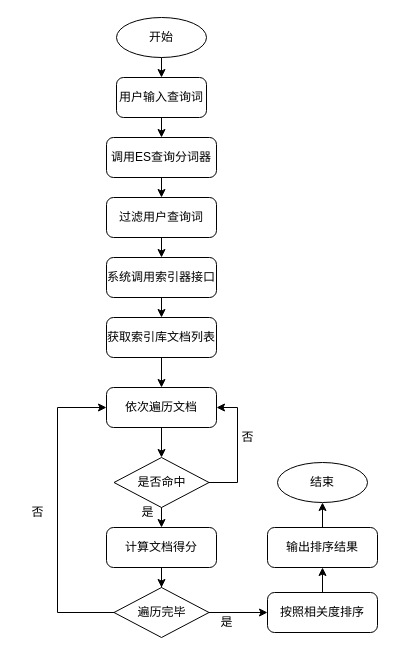
Earlier version of the draw.io diagram setup/检索流程图.drawio (yifeichong/drawio). Source tidied: cells renumbered, new cells numbered last; positions are measured from the earlier drawing's top-left corner, leaving out a move shared by most shapes. Both pictures are drawn from the tidied source at 100%, with x=0, y=0 at pixel (17, 17).
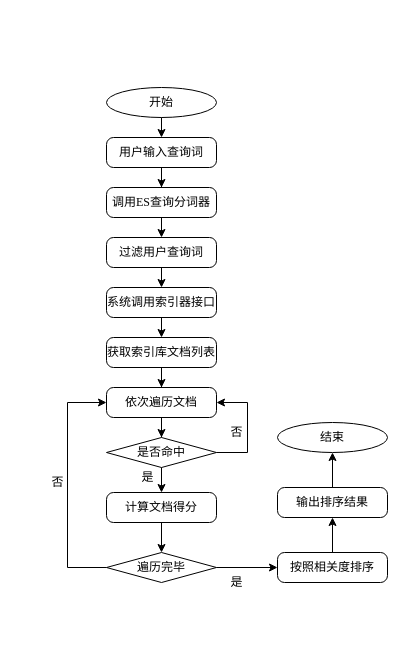
After the change.

Commit message:
更新检索流程图.drawio

Diff of the diagram source:
```diff
@@
-    <mxCell id="2" value="开始" style="strokeWidth=1;html=1;shape=mxgraph.flowchart.start_1;whiteSpace=wrap;" parent="1" vertex="1">
-      <mxGeometry x="99" width="90" height="40" as="geometry" />
+    <mxCell id="2" value="开始" style="strokeWidth=1;html=1;shape=mxgraph.flowchart.start_1;whiteSpace=wrap;fontFamily=Garamond;fontStyle=0;" parent="1" vertex="1">
+      <mxGeometry x="89" y="70" width="110" height="30" as="geometry" />
     </mxCell>
+    <mxCell id="21" style="edgeStyle=orthogonalEdgeStyle;rounded=0;jettySize=auto;html=1;startArrow=none;startFill=0;endArrow=classic;endFill=1;entryX=0.5;entryY=0;entryDx=0;entryDy=0;fontFamily=Garamond;fontStyle=0;" parent="1" edge="1" source="3" target="4">
+      <mxGeometry relative="1" as="geometry" />
+    </mxCell>
-    <mxCell id="3" value="用户输入查询词" style="rounded=1;whiteSpace=wrap;html=1;absoluteArcSize=1;arcSize=14;strokeWidth=1;" parent="1" vertex="1">
-      <mxGeometry x="99" y="60" width="90" height="40" as="geometry" />
+    <mxCell id="3" value="用户输入查询词" style="rounded=1;whiteSpace=wrap;html=1;absoluteArcSize=1;arcSize=14;strokeWidth=1;fontFamily=Garamond;fontStyle=0;" parent="1" vertex="1">
+      <mxGeometry x="89" y="120" width="110" height="30" as="geometry" />
     </mxCell>
-    <mxCell id="4" value="调用ES查询分词器" style="rounded=1;whiteSpace=wrap;html=1;absoluteArcSize=1;arcSize=14;strokeWidth=1;" parent="1" vertex="1">
-      <mxGeometry x="89" y="120" width="110" height="40" as="geometry" />
+    <mxCell id="4" value="调用ES查询分词器" style="rounded=1;whiteSpace=wrap;html=1;absoluteArcSize=1;arcSize=14;strokeWidth=1;fontFamily=Garamond;fontStyle=0;" parent="1" vertex="1">
+      <mxGeometry x="89" y="170" width="110" height="30" as="geometry" />
     </mxCell>
-    <mxCell id="5" value="过滤用户查询词" style="rounded=1;whiteSpace=wrap;html=1;absoluteArcSize=1;arcSize=14;strokeWidth=1;" parent="1" vertex="1">
-      <mxGeometry x="89" y="180" width="110" height="40" as="geometry" />
+    <mxCell id="5" value="过滤用户查询词" style="rounded=1;whiteSpace=wrap;html=1;absoluteArcSize=1;arcSize=14;strokeWidth=1;fontFamily=Garamond;fontStyle=0;" parent="1" vertex="1">
+      <mxGeometry x="89" y="220" width="110" height="30" as="geometry" />
     </mxCell>
-    <mxCell id="6" value="系统调用索引器接口" style="rounded=1;whiteSpace=wrap;html=1;absoluteArcSize=1;arcSize=14;strokeWidth=1;" parent="1" vertex="1">
-      <mxGeometry x="89" y="240" width="110" height="40" as="geometry" />
+    <mxCell id="6" value="系统调用索引器接口" style="rounded=1;whiteSpace=wrap;html=1;absoluteArcSize=1;arcSize=14;strokeWidth=1;fontFamily=Garamond;fontStyle=0;" parent="1" vertex="1">
+      <mxGeometry x="89" y="270" width="110" height="30" as="geometry" />
     </mxCell>
-    <mxCell id="7" style="edgeStyle=orthogonalEdgeStyle;rounded=0;jettySize=auto;html=1;" parent="1" edge="1" source="8" target="10">
+    <mxCell id="7" style="edgeStyle=orthogonalEdgeStyle;rounded=0;jettySize=auto;html=1;fontFamily=Garamond;fontStyle=0;" parent="1" edge="1" source="8" target="10">
       <mxGeometry relative="1" as="geometry" />
     </mxCell>
-    <mxCell id="8" value="获取索引库文档列表" style="rounded=1;whiteSpace=wrap;html=1;absoluteArcSize=1;arcSize=14;strokeWidth=1;" parent="1" vertex="1">
-      <mxGeometry x="89" y="300" width="110" height="40" as="geometry" />
+    <mxCell id="8" value="获取索引库文档列表" style="rounded=1;whiteSpace=wrap;html=1;absoluteArcSize=1;arcSize=14;strokeWidth=1;fontFamily=Garamond;fontStyle=0;" parent="1" vertex="1">
+      <mxGeometry x="89" y="320" width="110" height="30" as="geometry" />
     </mxCell>
-    <mxCell id="9" style="edgeStyle=orthogonalEdgeStyle;rounded=0;jettySize=auto;html=1;" parent="1" edge="1" source="10" target="11">
+    <mxCell id="9" style="edgeStyle=orthogonalEdgeStyle;rounded=0;jettySize=auto;html=1;fontFamily=Garamond;fontStyle=0;" parent="1" edge="1" source="10" target="11">
       <mxGeometry relative="1" as="geometry" />
     </mxCell>
-    <mxCell id="10" value="依次遍历文档" style="rounded=1;whiteSpace=wrap;html=1;absoluteArcSize=1;arcSize=14;strokeWidth=1;" parent="1" vertex="1">
-      <mxGeometry x="89" y="370" width="110" height="40" as="geometry" />
+    <mxCell id="10" value="依次遍历文档" style="rounded=1;whiteSpace=wrap;html=1;absoluteArcSize=1;arcSize=14;strokeWidth=1;fontFamily=Garamond;fontStyle=0;" parent="1" vertex="1">
+      <mxGeometry x="89" y="370" width="110" height="30" as="geometry" />
     </mxCell>
-    <mxCell id="11" value="是否命中" style="strokeWidth=1;html=1;shape=mxgraph.flowchart.decision;whiteSpace=wrap;" parent="1" vertex="1">
-      <mxGeometry x="96.5" y="440" width="95" height="50" as="geometry" />
+    <mxCell id="11" value="是否命中" style="strokeWidth=1;html=1;shape=mxgraph.flowchart.decision;whiteSpace=wrap;fontFamily=Garamond;fontStyle=0;" parent="1" vertex="1">
+      <mxGeometry x="89" y="420" width="110" height="30" as="geometry" />
     </mxCell>
-    <mxCell id="12" style="edgeStyle=orthogonalEdgeStyle;rounded=0;jettySize=auto;html=1;" parent="1" edge="1" source="13" target="15">
+    <mxCell id="12" style="edgeStyle=orthogonalEdgeStyle;rounded=0;jettySize=auto;html=1;fontFamily=Garamond;fontStyle=0;" parent="1" edge="1" source="13" target="15">
       <mxGeometry relative="1" as="geometry" />
     </mxCell>
-    <mxCell id="13" value="计算文档得分" style="rounded=1;whiteSpace=wrap;html=1;absoluteArcSize=1;arcSize=14;strokeWidth=1;" parent="1" vertex="1">
-      <mxGeometry x="89" y="510" width="110" height="40" as="geometry" />
+    <mxCell id="13" value="计算文档得分" style="rounded=1;whiteSpace=wrap;html=1;absoluteArcSize=1;arcSize=14;strokeWidth=1;fontFamily=Garamond;fontStyle=0;" parent="1" vertex="1">
+      <mxGeometry x="89" y="475" width="110" height="30" as="geometry" />
     </mxCell>
-    <mxCell id="14" style="edgeStyle=orthogonalEdgeStyle;rounded=0;jettySize=auto;html=1;" parent="1" edge="1" source="15" target="17">
-      <mxGeometry relative="1" as="geometry" />
-    </mxCell>
-    <mxCell id="15" value="遍历完毕" style="strokeWidth=1;html=1;shape=mxgraph.flowchart.decision;whiteSpace=wrap;" parent="1" vertex="1">
-      <mxGeometry x="96.5" y="570" width="95" height="50" as="geometry" />
+    <mxCell id="15" value="遍历完毕" style="strokeWidth=1;html=1;shape=mxgraph.flowchart.decision;whiteSpace=wrap;fontFamily=Garamond;fontStyle=0;" parent="1" vertex="1">
+      <mxGeometry x="89" y="535" width="110" height="30" as="geometry" />
     </mxCell>
-    <mxCell id="16" style="endArrow=classic;html=1;rounded=0;exitX=0.5;exitY=1;exitDx=0;exitDy=0;exitPerimeter=0;entryX=0.5;entryY=0;entryDx=0;entryDy=0;" parent="1" edge="1" source="11" target="13">
+    <mxCell id="16" style="endArrow=classic;html=1;rounded=0;exitX=0.5;exitY=1;exitDx=0;exitDy=0;exitPerimeter=0;entryX=0.5;entryY=0;entryDx=0;entryDy=0;fontFamily=Garamond;fontStyle=0;" parent="1" edge="1" source="11" target="13">
       <mxGeometry relative="1" as="geometry" />
     </mxCell>
-    <mxCell id="17" value="按照相关度排序" style="rounded=1;whiteSpace=wrap;html=1;absoluteArcSize=1;arcSize=14;strokeWidth=1;" parent="1" vertex="1">
-      <mxGeometry x="250" y="575" width="110" height="40" as="geometry" />
+    <mxCell id="17" value="按照相关度排序" style="rounded=1;whiteSpace=wrap;html=1;absoluteArcSize=1;arcSize=14;strokeWidth=1;fontFamily=Garamond;fontStyle=0;" parent="1" vertex="1">
+      <mxGeometry x="260" y="535" width="110" height="30" as="geometry" />
     </mxCell>
-    <mxCell id="18" value="输出排序结果" style="rounded=1;whiteSpace=wrap;html=1;absoluteArcSize=1;arcSize=14;strokeWidth=1;" parent="1" vertex="1">
-      <mxGeometry x="250" y="510" width="110" height="40" as="geometry" />
+    <mxCell id="18" value="输出排序结果" style="rounded=1;whiteSpace=wrap;html=1;absoluteArcSize=1;arcSize=14;strokeWidth=1;fontFamily=Garamond;fontStyle=0;" parent="1" vertex="1">
+      <mxGeometry x="260" y="470" width="110" height="30" as="geometry" />
     </mxCell>
-    <mxCell id="19" value="结束" style="strokeWidth=1;html=1;shape=mxgraph.flowchart.start_1;whiteSpace=wrap;" parent="1" vertex="1">
-      <mxGeometry x="260" y="445" width="90" height="40" as="geometry" />
+    <mxCell id="19" value="结束" style="strokeWidth=1;html=1;shape=mxgraph.flowchart.start_1;whiteSpace=wrap;fontFamily=Garamond;fontStyle=0;" parent="1" vertex="1">
+      <mxGeometry x="260" y="405" width="110" height="30" as="geometry" />
     </mxCell>
-    <mxCell id="20" style="endArrow=classic;html=1;rounded=0;exitX=0.5;exitY=1;exitDx=0;exitDy=0;exitPerimeter=0;entryX=0.5;entryY=0;entryDx=0;entryDy=0;" parent="1" edge="1" source="2" target="3">
+    <mxCell id="20" style="endArrow=classic;html=1;rounded=0;exitX=0.5;exitY=1;exitDx=0;exitDy=0;exitPerimeter=0;entryX=0.5;entryY=0;entryDx=0;entryDy=0;fontFamily=Garamond;fontStyle=0;" parent="1" edge="1" source="2" target="3">
       <mxGeometry relative="1" as="geometry" />
     </mxCell>
-    <mxCell id="21" style="endArrow=classic;html=1;rounded=0;exitX=0.5;exitY=1;exitDx=0;exitDy=0;entryX=0.5;entryY=0;entryDx=0;entryDy=0;" parent="1" edge="1" source="3" target="4">
-      <mxGeometry relative="1" as="geometry" />
-    </mxCell>
-    <mxCell id="22" style="endArrow=classic;html=1;rounded=0;exitX=0.5;exitY=1;exitDx=0;exitDy=0;entryX=0.5;entryY=0;entryDx=0;entryDy=0;" parent="1" edge="1" source="4" target="5">
+    <mxCell id="22" style="endArrow=classic;html=1;rounded=0;exitX=0.5;exitY=1;exitDx=0;exitDy=0;entryX=0.5;entryY=0;entryDx=0;entryDy=0;fontFamily=Garamond;fontStyle=0;" parent="1" edge="1" source="4" target="5">
       <mxGeometry relative="1" as="geometry" />
     </mxCell>
-    <mxCell id="23" style="endArrow=classic;html=1;rounded=0;exitX=0.5;exitY=1;exitDx=0;exitDy=0;entryX=0.5;entryY=0;entryDx=0;entryDy=0;" parent="1" edge="1" source="5" target="6">
+    <mxCell id="23" style="endArrow=classic;html=1;rounded=0;exitX=0.5;exitY=1;exitDx=0;exitDy=0;entryX=0.5;entryY=0;entryDx=0;entryDy=0;fontFamily=Garamond;fontStyle=0;" parent="1" edge="1" source="5" target="6">
       <mxGeometry relative="1" as="geometry" />
     </mxCell>
-    <mxCell id="24" style="endArrow=classic;html=1;rounded=0;exitX=0.5;exitY=1;exitDx=0;exitDy=0;entryX=0.5;entryY=0;entryDx=0;entryDy=0;" parent="1" edge="1" source="6" target="8">
+    <mxCell id="24" style="endArrow=classic;html=1;rounded=0;exitX=0.5;exitY=1;exitDx=0;exitDy=0;entryX=0.5;entryY=0;entryDx=0;entryDy=0;fontFamily=Garamond;fontStyle=0;" parent="1" edge="1" source="6" target="8">
       <mxGeometry relative="1" as="geometry" />
     </mxCell>
-    <mxCell id="25" style="endArrow=classic;html=1;rounded=0;exitX=1;exitY=0.5;exitDx=0;exitDy=0;exitPerimeter=0;entryX=1;entryY=0.5;entryDx=0;entryDy=0;" parent="1" edge="1" source="11" target="10">
-      <mxGeometry relative="1" as="geometry">
-        <Array as="points">
-          <mxPoint x="220" y="465" />
-          <mxPoint x="220" y="390" />
-        </Array>
-      </mxGeometry>
-    </mxCell>
-    <mxCell id="26" style="endArrow=classic;html=1;rounded=0;exitX=0.5;exitY=0;exitDx=0;exitDy=0;entryX=0.5;entryY=1;entryDx=0;entryDy=0;" parent="1" edge="1" source="17" target="18">
+    <mxCell id="26" style="endArrow=classic;html=1;rounded=0;exitX=0.5;exitY=0;exitDx=0;exitDy=0;entryX=0.5;entryY=1;entryDx=0;entryDy=0;fontFamily=Garamond;fontStyle=0;" parent="1" edge="1" source="17" target="18">
       <mxGeometry relative="1" as="geometry" />
     </mxCell>
-    <mxCell id="27" style="endArrow=classic;html=1;rounded=0;exitX=0.5;exitY=0;exitDx=0;exitDy=0;entryX=0.5;entryY=1;entryDx=0;entryDy=0;entryPerimeter=0;" parent="1" edge="1" source="18" target="19">
+    <mxCell id="27" style="endArrow=classic;html=1;rounded=0;exitX=0.5;exitY=0;exitDx=0;exitDy=0;entryX=0.5;entryY=1;entryDx=0;entryDy=0;entryPerimeter=0;fontFamily=Garamond;fontStyle=0;" parent="1" edge="1" source="18" target="19">
       <mxGeometry relative="1" as="geometry" />
     </mxCell>
-    <mxCell id="28" style="endArrow=classic;html=1;rounded=0;exitX=0;exitY=0.5;exitDx=0;exitDy=0;exitPerimeter=0;entryX=0;entryY=0.5;entryDx=0;entryDy=0;" parent="1" edge="1" source="15" target="10">
-      <mxGeometry relative="1" as="geometry">
-        <Array as="points">
-          <mxPoint x="40" y="595" />
-          <mxPoint x="40" y="390" />
-        </Array>
-      </mxGeometry>
-    </mxCell>
-    <mxCell id="29" value="否" style="text;html=1;align=center;verticalAlign=middle;strokeColor=none;fillColor=none;" parent="1" vertex="1">
-      <mxGeometry x="210" y="405" width="40" height="30" as="geometry" />
+    <mxCell id="29" value="否" style="text;html=1;align=center;verticalAlign=middle;strokeColor=none;fillColor=none;fontFamily=Garamond;fontStyle=0;" parent="1" vertex="1">
+      <mxGeometry x="199" y="400" width="40" height="30" as="geometry" />
     </mxCell>
-    <mxCell id="30" value="否" style="text;html=1;align=center;verticalAlign=middle;strokeColor=none;fillColor=none;" parent="1" vertex="1">
-      <mxGeometry y="480" width="40" height="30" as="geometry" />
+    <mxCell id="30" value="否" style="text;html=1;align=center;verticalAlign=middle;strokeColor=none;fillColor=none;fontFamily=Garamond;fontStyle=0;" parent="1" vertex="1">
+      <mxGeometry x="20" y="450" width="40" height="30" as="geometry" />
     </mxCell>
-    <mxCell id="31" value="是" style="text;html=1;align=center;verticalAlign=middle;strokeColor=none;fillColor=none;" parent="1" vertex="1">
-      <mxGeometry x="110" y="480" width="40" height="30" as="geometry" />
+    <mxCell id="31" value="是" style="text;html=1;align=center;verticalAlign=middle;strokeColor=none;fillColor=none;fontFamily=Garamond;fontStyle=0;" parent="1" vertex="1">
+      <mxGeometry x="110" y="445" width="40" height="30" as="geometry" />
     </mxCell>
-    <mxCell id="32" value="是" style="text;html=1;align=center;verticalAlign=middle;strokeColor=none;fillColor=none;" parent="1" vertex="1">
-      <mxGeometry x="189" y="590" width="40" height="30" as="geometry" />
+    <mxCell id="32" value="是" style="text;html=1;align=center;verticalAlign=middle;strokeColor=none;fillColor=none;fontFamily=Garamond;fontStyle=0;" parent="1" vertex="1">
+      <mxGeometry x="199" y="550" width="40" height="30" as="geometry" />
     </mxCell>
+    <mxCell id="25" style="endArrow=classic;html=1;rounded=0;exitX=1;exitY=0.5;exitDx=0;exitDy=0;exitPerimeter=0;edgeStyle=orthogonalEdgeStyle;entryX=1;entryY=0.5;entryDx=0;entryDy=0;fontFamily=Garamond;fontStyle=0;" parent="1" edge="1" source="11" target="10">
+      <mxGeometry relative="1" as="geometry">
+        <Array as="points">
+          <mxPoint x="230" y="435" />
+          <mxPoint x="230" y="385" />
+        </Array>
+      </mxGeometry>
+    </mxCell>
+    <mxCell id="28" style="endArrow=classic;html=1;rounded=0;exitX=0;exitY=0.5;exitDx=0;exitDy=0;exitPerimeter=0;entryX=0;entryY=0.5;entryDx=0;entryDy=0;edgeStyle=orthogonalEdgeStyle;fontFamily=Garamond;fontStyle=0;" parent="1" edge="1" source="15" target="10">
+      <mxGeometry relative="1" as="geometry">
+        <Array as="points">
+          <mxPoint x="50" y="550" />
+          <mxPoint x="50" y="385" />
+        </Array>
+      </mxGeometry>
+    </mxCell>
+    <mxCell id="14" style="endArrow=classic;html=1;rounded=0;exitX=1;exitY=0.5;exitDx=0;exitDy=0;exitPerimeter=0;entryX=0;entryY=0.5;entryDx=0;entryDy=0;fontFamily=Garamond;fontStyle=0;" parent="1" edge="1" source="15" target="17">
+      <mxGeometry relative="1" as="geometry" />
+    </mxCell>
```
